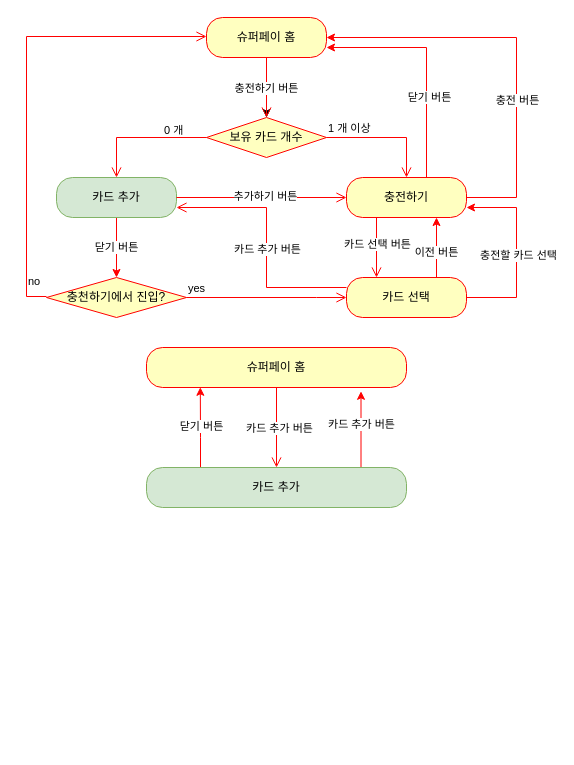
gookhee/diagrams keeps this draw.io diagram as page "충전플로우 - Topup RIB" (3 of 3) of SuperAppRIBTree.drawio. Above is the earlier version. Source tidied: cells renumbered, new cells numbered last; positions are measured from the earlier drawing's top-left corner, leaving out a move shared by most shapes. Both pictures are drawn from the tidied source at 100%, with x=0, y=0 at pixel (26, 17).
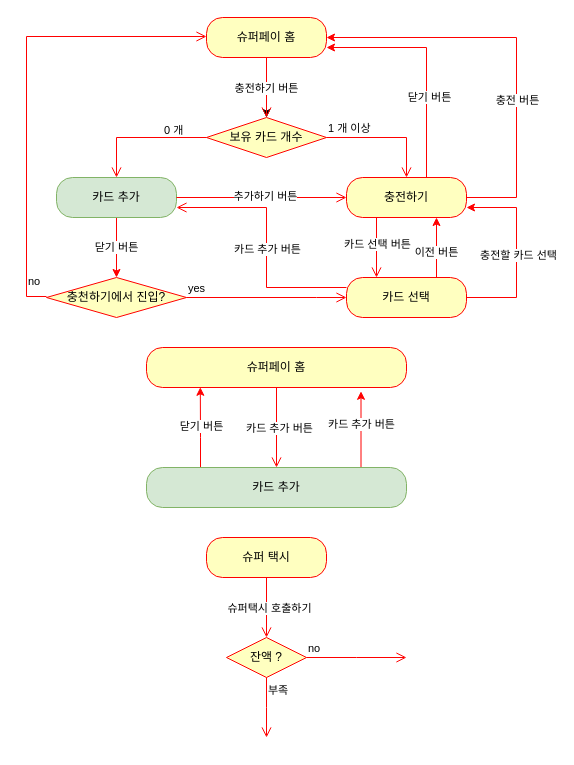
After the change.

The edit, as a diff of the source:
```diff
@@
+    <mxCell id="38" value="슈퍼 택시" style="rounded=1;whiteSpace=wrap;html=1;arcSize=40;fontColor=#000000;fillColor=#ffffc0;strokeColor=#ff0000;" parent="1" vertex="1">
+      <mxGeometry x="180" y="520" width="120" height="40" as="geometry" />
+    </mxCell>
+    <mxCell id="39" style="edgeStyle=orthogonalEdgeStyle;html=1;verticalAlign=bottom;endArrow=open;endSize=8;strokeColor=#ff0000;rounded=0;" parent="1" edge="1" source="38">
+      <mxGeometry relative="1" as="geometry">
+        <mxPoint x="240" y="620" as="targetPoint" />
+      </mxGeometry>
+    </mxCell>
+    <mxCell id="40" value="슈퍼택시 호출하기" style="edgeLabel;html=1;align=center;verticalAlign=middle;" parent="39" vertex="1">
+      <mxGeometry x="0.03" y="2" relative="1" as="geometry" />
+    </mxCell>
+    <mxCell id="41" value="잔액 ?" style="rhombus;whiteSpace=wrap;html=1;fillColor=#ffffc0;strokeColor=#ff0000;" parent="1" vertex="1">
+      <mxGeometry x="200" y="620" width="80" height="40" as="geometry" />
+    </mxCell>
+    <mxCell id="42" value="no" style="edgeStyle=orthogonalEdgeStyle;html=1;align=left;verticalAlign=bottom;endArrow=open;endSize=8;strokeColor=#ff0000;rounded=0;" parent="1" edge="1" source="41">
+      <mxGeometry x="-1" relative="1" as="geometry">
+        <mxPoint x="380" y="640" as="targetPoint" />
+      </mxGeometry>
+    </mxCell>
+    <mxCell id="43" value="부족" style="edgeStyle=orthogonalEdgeStyle;html=1;align=left;verticalAlign=top;endArrow=open;endSize=8;strokeColor=#ff0000;rounded=0;" parent="1" edge="1" source="41">
+      <mxGeometry x="-1" relative="1" as="geometry">
+        <mxPoint x="240" y="720" as="targetPoint" />
+      </mxGeometry>
+    </mxCell>
```
